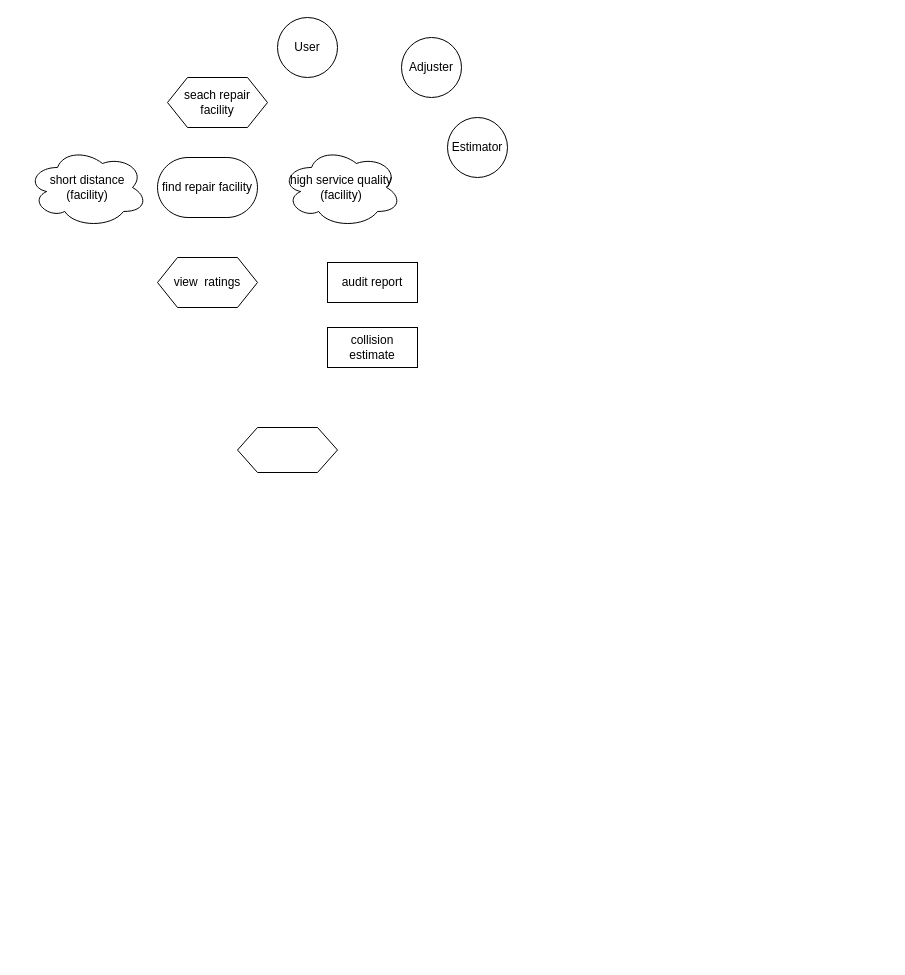
Above: Untitled Diagram.drawio in MyuLi/my (draw.io), before the change. Source tidied: cells renumbered, new cells numbered last; positions are measured from the earlier drawing's top-left corner, leaving out a move shared by most shapes. Both pictures are drawn from the tidied source at 100%, with x=0, y=0 at pixel (27, 17).
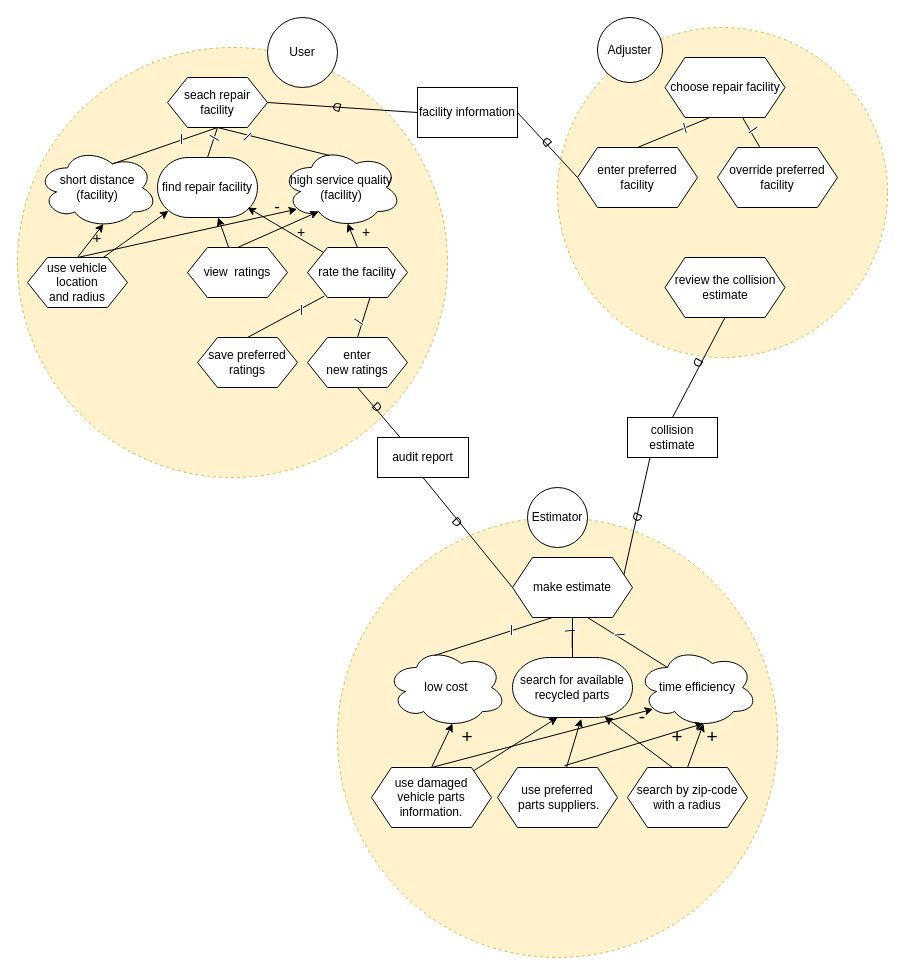
Above is the later version.

Unchanged cells that the change refers to:
```xml
<mxCell id="5" value="find repair facility" style="strokeWidth=1;html=1;shape=mxgraph.flowchart.terminator;whiteSpace=wrap;" parent="1" vertex="1">
  <mxGeometry x="130" y="140" width="100" height="60" as="geometry" />
</mxCell>
<mxCell id="7" value="&lt;span&gt;seach repair facility&lt;/span&gt;" style="shape=hexagon;perimeter=hexagonPerimeter2;whiteSpace=wrap;html=1;fixedSize=1;strokeWidth=1;" parent="1" vertex="1">
  <mxGeometry x="140" y="60" width="100" height="50" as="geometry" />
</mxCell>
<mxCell id="8" value="high service quality&lt;br&gt;(facility)" style="ellipse;shape=cloud;whiteSpace=wrap;html=1;strokeWidth=1;" parent="1" vertex="1">
  <mxGeometry x="254" y="130" width="120" height="80" as="geometry" />
</mxCell>
```

Diff of the diagram source:
```diff
@@
+    <mxCell id="13" style="ellipse;whiteSpace=wrap;html=1;strokeWidth=1;perimeterSpacing=2;dashed=1;fillColor=#fff2cc;strokeColor=#d6b656;" parent="1" vertex="1">
+      <mxGeometry x="530" y="10" width="330" height="330" as="geometry" />
+    </mxCell>
+    <mxCell id="14" style="ellipse;whiteSpace=wrap;html=1;dashed=1;fontSize=17;strokeWidth=1;fillColor=#fff2cc;strokeColor=#d6b656;" parent="1" vertex="1">
+      <mxGeometry x="310" y="500" width="440" height="440" as="geometry" />
+    </mxCell>
+    <mxCell id="15" style="ellipse;whiteSpace=wrap;html=1;strokeWidth=1;perimeterSpacing=2;dashed=1;fillColor=#fff2cc;strokeColor=#d6b656;" parent="1" vertex="1">
+      <mxGeometry x="-10" y="30" width="430" height="430" as="geometry" />
+    </mxCell>
+    <mxCell id="16" value="D" style="text;html=1;strokeColor=none;fillColor=none;align=center;verticalAlign=middle;whiteSpace=wrap;rounded=0;rotation=45;" parent="1" vertex="1">
+      <mxGeometry x="330" y="380" width="40" height="20" as="geometry" />
+    </mxCell>
     <mxCell id="2" value="User" style="ellipse;whiteSpace=wrap;html=1;" parent="1" vertex="1">
-      <mxGeometry x="250" width="60" height="60" as="geometry" />
+      <mxGeometry x="240" width="70" height="70" as="geometry" />
     </mxCell>
     <mxCell id="3" value="Adjuster" style="ellipse;whiteSpace=wrap;html=1;" parent="1" vertex="1">
-      <mxGeometry x="374" y="20" width="60" height="60" as="geometry" />
+      <mxGeometry x="570" width="65" height="65" as="geometry" />
     </mxCell>
     <mxCell id="4" value="Estimator" style="ellipse;whiteSpace=wrap;html=1;" parent="1" vertex="1">
-      <mxGeometry x="420" y="100" width="60" height="60" as="geometry" />
+      <mxGeometry x="500" y="470" width="60" height="60" as="geometry" />
     </mxCell>
@@
     <mxCell id="6" value="short distance&lt;br&gt;(facility)" style="ellipse;shape=cloud;whiteSpace=wrap;html=1;strokeWidth=1;" parent="1" vertex="1">
-      <mxGeometry y="130" width="120" height="80" as="geometry" />
+      <mxGeometry x="10" y="130.4" width="120" height="80" as="geometry" />
     </mxCell>
@@
     <mxCell id="9" value="view&amp;nbsp; ratings" style="shape=hexagon;perimeter=hexagonPerimeter2;whiteSpace=wrap;html=1;fixedSize=1;strokeWidth=1;" parent="1" vertex="1">
-      <mxGeometry x="130" y="240" width="100" height="50" as="geometry" />
+      <mxGeometry x="160" y="230" width="100" height="50" as="geometry" />
     </mxCell>
     <mxCell id="10" value="audit report" style="rounded=0;whiteSpace=wrap;html=1;strokeWidth=1;" parent="1" vertex="1">
-      <mxGeometry x="300" y="245" width="90" height="40" as="geometry" />
+      <mxGeometry x="350" y="420" width="91" height="40" as="geometry" />
     </mxCell>
     <mxCell id="11" value="collision estimate" style="rounded=0;whiteSpace=wrap;html=1;strokeWidth=1;" parent="1" vertex="1">
-      <mxGeometry x="300" y="310" width="90" height="40" as="geometry" />
+      <mxGeometry x="600" y="400" width="90" height="40" as="geometry" />
     </mxCell>
-    <mxCell id="12" value="&lt;span style=&quot;font-family: monospace ; font-size: 0px&quot;&gt;ghghghgh&lt;/span&gt;" style="shape=hexagon;perimeter=hexagonPerimeter2;whiteSpace=wrap;html=1;fixedSize=1;strokeWidth=1;" parent="1" vertex="1">
-      <mxGeometry x="210" y="410" width="100" height="45" as="geometry" />
-    </mxCell>
+    <mxCell id="17" value="save preferred&lt;br&gt;ratings" style="shape=hexagon;perimeter=hexagonPerimeter2;whiteSpace=wrap;html=1;fixedSize=1;strokeWidth=1;" parent="1" vertex="1">
+      <mxGeometry x="170" y="320" width="100" height="50" as="geometry" />
+    </mxCell>
+    <mxCell id="18" value="&lt;span style=&quot;text-align: left&quot;&gt;enter&lt;br&gt;new ratings&lt;/span&gt;" style="shape=hexagon;perimeter=hexagonPerimeter2;whiteSpace=wrap;html=1;fixedSize=1;strokeWidth=1;" parent="1" vertex="1">
+      <mxGeometry x="280" y="320" width="100" height="50" as="geometry" />
+    </mxCell>
+    <mxCell id="19" style="endArrow=none;html=1;entryX=0.25;entryY=0;entryDx=0;entryDy=0;exitX=0.5;exitY=1;exitDx=0;exitDy=0;" parent="1" edge="1" source="18" target="10">
+      <mxGeometry relative="1" as="geometry" />
+    </mxCell>
+    <mxCell id="20" value="search for available recycled parts" style="strokeWidth=1;html=1;shape=mxgraph.flowchart.terminator;whiteSpace=wrap;" parent="1" vertex="1">
+      <mxGeometry x="485" y="640" width="120" height="60" as="geometry" />
+    </mxCell>
+    <mxCell id="21" value="make estimate" style="shape=hexagon;perimeter=hexagonPerimeter2;whiteSpace=wrap;html=1;fixedSize=1;strokeWidth=1;" parent="1" vertex="1">
+      <mxGeometry x="485" y="540" width="120" height="60" as="geometry" />
+    </mxCell>
+    <mxCell id="22" value="choose repair facility" style="shape=hexagon;perimeter=hexagonPerimeter2;whiteSpace=wrap;html=1;fixedSize=1;strokeWidth=1;" parent="1" vertex="1">
+      <mxGeometry x="637.5" y="40" width="120" height="60" as="geometry" />
+    </mxCell>
+    <mxCell id="23" value="enter&amp;nbsp;preferred &lt;br&gt;facility" style="shape=hexagon;perimeter=hexagonPerimeter2;whiteSpace=wrap;html=1;fixedSize=1;strokeWidth=1;" parent="1" vertex="1">
+      <mxGeometry x="550" y="130" width="120" height="60" as="geometry" />
+    </mxCell>
+    <mxCell id="24" value="override preferred facility" style="shape=hexagon;perimeter=hexagonPerimeter2;whiteSpace=wrap;html=1;fixedSize=1;strokeWidth=1;" parent="1" vertex="1">
+      <mxGeometry x="690" y="130" width="120" height="60" as="geometry" />
+    </mxCell>
+    <mxCell id="25" value="facility information" style="rounded=0;whiteSpace=wrap;html=1;strokeWidth=1;" parent="1" vertex="1">
+      <mxGeometry x="390" y="70" width="100" height="50" as="geometry" />
+    </mxCell>
+    <mxCell id="26" style="endArrow=none;html=1;exitX=1;exitY=0.5;exitDx=0;exitDy=0;entryX=0;entryY=0.5;entryDx=0;entryDy=0;" parent="1" edge="1" source="7" target="25">
+      <mxGeometry relative="1" as="geometry" />
+    </mxCell>
+    <mxCell id="27" style="endArrow=none;html=1;exitX=1;exitY=0.5;exitDx=0;exitDy=0;entryX=0;entryY=0.5;entryDx=0;entryDy=0;" parent="1" edge="1" source="25" target="23">
+      <mxGeometry relative="1" as="geometry" />
+    </mxCell>
+    <mxCell id="28" value="low cost" style="ellipse;shape=cloud;whiteSpace=wrap;html=1;strokeWidth=1;" parent="1" vertex="1">
+      <mxGeometry x="359" y="630" width="120" height="80" as="geometry" />
+    </mxCell>
+    <mxCell id="29" style="endArrow=none;html=1;exitX=0.5;exitY=0;exitDx=0;exitDy=0;exitPerimeter=0;entryX=0.5;entryY=1;entryDx=0;entryDy=0;" parent="1" edge="1" source="5" target="7">
+      <mxGeometry relative="1" as="geometry" />
+    </mxCell>
+    <mxCell id="30" style="endArrow=none;html=1;exitX=0.4;exitY=0.1;exitDx=0;exitDy=0;exitPerimeter=0;entryX=0.5;entryY=1;entryDx=0;entryDy=0;" parent="1" edge="1" source="8" target="7">
+      <mxGeometry relative="1" as="geometry" />
+    </mxCell>
+    <mxCell id="31" style="endArrow=none;html=1;exitX=0.625;exitY=0.2;exitDx=0;exitDy=0;exitPerimeter=0;" parent="1" edge="1" source="6">
+      <mxGeometry relative="1" as="geometry">
+        <mxPoint x="190" y="110" as="targetPoint" />
+      </mxGeometry>
+    </mxCell>
+    <mxCell id="32" value="|" style="edgeLabel;html=1;align=center;verticalAlign=middle;" parent="31" vertex="1">
+      <mxGeometry x="0.14" relative="1" as="geometry">
+        <mxPoint x="9" y="-5" as="offset" />
+      </mxGeometry>
+    </mxCell>
+    <mxCell id="33" value="|" style="edgeLabel;html=1;align=center;verticalAlign=middle;rotation=-60;" parent="1" vertex="1">
+      <mxGeometry x="160" y="135" as="geometry">
+        <mxPoint x="24.7" y="14.8" as="offset" />
+      </mxGeometry>
+    </mxCell>
+    <mxCell id="34" value="|" style="edgeLabel;html=1;align=center;verticalAlign=middle;rotation=45;" parent="1" vertex="1">
+      <mxGeometry x="159.7" y="130.4" as="geometry">
+        <mxPoint x="33.9" y="-52.3" as="offset" />
+      </mxGeometry>
+    </mxCell>
+    <mxCell id="35" style="endArrow=classic;html=1;exitX=0.5;exitY=0;exitDx=0;exitDy=0;entryX=0.31;entryY=0.8;entryDx=0;entryDy=0;entryPerimeter=0;" parent="1" edge="1" source="9" target="8">
+      <mxGeometry relative="1" as="geometry" />
+    </mxCell>
+    <mxCell id="36" value="&lt;div&gt;use vehicle location&lt;/div&gt;&lt;div&gt;and radius&lt;/div&gt;" style="shape=hexagon;perimeter=hexagonPerimeter2;whiteSpace=wrap;html=1;fixedSize=1;strokeWidth=1;" parent="1" vertex="1">
+      <mxGeometry y="240" width="100" height="50" as="geometry" />
+    </mxCell>
+    <mxCell id="37" style="endArrow=classic;html=1;exitX=0.5;exitY=0;exitDx=0;exitDy=0;entryX=0.55;entryY=0.95;entryDx=0;entryDy=0;entryPerimeter=0;" parent="1" edge="1" source="36" target="6">
+      <mxGeometry relative="1" as="geometry" />
+    </mxCell>
+    <mxCell id="38" style="endArrow=none;html=1;exitX=0.5;exitY=0;exitDx=0;exitDy=0;entryX=0.168;entryY=0.973;entryDx=0;entryDy=0;entryPerimeter=0;" parent="1" edge="1" source="17" target="42">
+      <mxGeometry relative="1" as="geometry" />
+    </mxCell>
+    <mxCell id="39" value="|" style="edgeLabel;html=1;align=center;verticalAlign=middle;" parent="38" vertex="1">
+      <mxGeometry x="0.14" relative="1" as="geometry">
+        <mxPoint x="9" y="-5" as="offset" />
+      </mxGeometry>
+    </mxCell>
+    <mxCell id="40" style="endArrow=none;html=1;exitX=0.5;exitY=0;exitDx=0;exitDy=0;entryX=0.625;entryY=1;entryDx=0;entryDy=0;" parent="1" edge="1" source="18" target="42">
+      <mxGeometry relative="1" as="geometry" />
+    </mxCell>
+    <mxCell id="41" value="|" style="edgeLabel;html=1;align=center;verticalAlign=middle;rotation=125;" parent="40" vertex="1">
+      <mxGeometry x="0.14" relative="1" as="geometry">
+        <mxPoint x="-4" y="8" as="offset" />
+      </mxGeometry>
+    </mxCell>
+    <mxCell id="42" value="&lt;span style=&quot;text-align: left&quot;&gt;rate the facility&lt;/span&gt;" style="shape=hexagon;perimeter=hexagonPerimeter2;whiteSpace=wrap;html=1;fixedSize=1;strokeWidth=1;" parent="1" vertex="1">
+      <mxGeometry x="280" y="230" width="100" height="50" as="geometry" />
+    </mxCell>
+    <mxCell id="43" style="endArrow=classic;html=1;exitX=0.5;exitY=0;exitDx=0;exitDy=0;entryX=0.55;entryY=0.95;entryDx=0;entryDy=0;entryPerimeter=0;" parent="1" edge="1" source="42" target="8">
+      <mxGeometry relative="1" as="geometry" />
+    </mxCell>
+    <mxCell id="44" value="+" style="text;html=1;strokeColor=none;fillColor=none;align=center;verticalAlign=middle;whiteSpace=wrap;rounded=0;dashed=1;fontSize=14;" parent="1" vertex="1">
+      <mxGeometry x="254" y="205" width="40" height="20" as="geometry" />
+    </mxCell>
+    <mxCell id="45" value="+" style="text;html=1;strokeColor=none;fillColor=none;align=center;verticalAlign=middle;whiteSpace=wrap;rounded=0;dashed=1;fontSize=15;" parent="1" vertex="1">
+      <mxGeometry x="50" y="210" width="40" height="20" as="geometry" />
+    </mxCell>
+    <mxCell id="46" value="+" style="text;html=1;strokeColor=none;fillColor=none;align=center;verticalAlign=middle;whiteSpace=wrap;rounded=0;dashed=1;fontSize=14;" parent="1" vertex="1">
+      <mxGeometry x="319" y="205" width="40" height="20" as="geometry" />
+    </mxCell>
+    <mxCell id="47" style="endArrow=classic;html=1;exitX=0.5;exitY=0;exitDx=0;exitDy=0;entryX=0.13;entryY=0.77;entryDx=0;entryDy=0;entryPerimeter=0;" parent="1" edge="1" source="36" target="8">
+      <mxGeometry relative="1" as="geometry" />
+    </mxCell>
+    <mxCell id="48" value="-" style="text;html=1;strokeColor=none;fillColor=none;align=center;verticalAlign=middle;whiteSpace=wrap;rounded=0;dashed=1;fontSize=17;" parent="1" vertex="1">
+      <mxGeometry x="230" y="180" width="40" height="20" as="geometry" />
+    </mxCell>
+    <mxCell id="49" value="time efficiency" style="ellipse;shape=cloud;whiteSpace=wrap;html=1;strokeWidth=1;" parent="1" vertex="1">
+      <mxGeometry x="610" y="630" width="120" height="80" as="geometry" />
+    </mxCell>
+    <mxCell id="50" value="search by zip-code with a radius" style="shape=hexagon;perimeter=hexagonPerimeter2;whiteSpace=wrap;html=1;fixedSize=1;strokeWidth=1;" parent="1" vertex="1">
+      <mxGeometry x="600" y="750" width="120" height="60" as="geometry" />
+    </mxCell>
+    <mxCell id="51" style="endArrow=none;html=1;entryX=0;entryY=0.5;entryDx=0;entryDy=0;exitX=0.5;exitY=1;exitDx=0;exitDy=0;" parent="1" edge="1" source="10" target="21">
+      <mxGeometry relative="1" as="geometry" />
+    </mxCell>
+    <mxCell id="52" value="D" style="text;html=1;strokeColor=none;fillColor=none;align=center;verticalAlign=middle;whiteSpace=wrap;rounded=0;rotation=45;" parent="1" vertex="1">
+      <mxGeometry x="410" y="495" width="40" height="20" as="geometry" />
+    </mxCell>
+    <mxCell id="53" style="endArrow=none;html=1;exitX=0.4;exitY=0.1;exitDx=0;exitDy=0;exitPerimeter=0;" parent="1" edge="1" source="28">
+      <mxGeometry relative="1" as="geometry">
+        <mxPoint x="525" y="600" as="targetPoint" />
+      </mxGeometry>
+    </mxCell>
+    <mxCell id="54" value="|" style="edgeLabel;html=1;align=center;verticalAlign=middle;" parent="53" vertex="1">
+      <mxGeometry x="0.14" relative="1" as="geometry">
+        <mxPoint x="9" y="-5" as="offset" />
+      </mxGeometry>
+    </mxCell>
+    <mxCell id="55" style="endArrow=none;html=1;exitX=0.5;exitY=0;exitDx=0;exitDy=0;" parent="1" edge="1" source="20" target="21">
+      <mxGeometry relative="1" as="geometry" />
+    </mxCell>
+    <mxCell id="56" value="|" style="edgeLabel;html=1;align=center;verticalAlign=middle;rotation=85;" parent="55" vertex="1">
+      <mxGeometry x="0.14" relative="1" as="geometry">
+        <mxPoint y="-5" as="offset" />
+      </mxGeometry>
+    </mxCell>
+    <mxCell id="57" style="endArrow=none;html=1;exitX=0.5;exitY=0;exitDx=0;exitDy=0;" parent="1" edge="1">
+      <mxGeometry relative="1" as="geometry">
+        <mxPoint x="544.7" y="630" as="sourcePoint" />
+        <mxPoint x="545" y="600" as="targetPoint" />
+      </mxGeometry>
+    </mxCell>
+    <mxCell id="58" style="endArrow=none;html=1;exitX=0.25;exitY=0.25;exitDx=0;exitDy=0;exitPerimeter=0;entryX=0.625;entryY=1;entryDx=0;entryDy=0;" parent="1" edge="1" source="49" target="21">
+      <mxGeometry relative="1" as="geometry" />
+    </mxCell>
+    <mxCell id="59" value="|" style="edgeLabel;html=1;align=center;verticalAlign=middle;rotation=85;" parent="58" vertex="1">
+      <mxGeometry x="0.14" relative="1" as="geometry">
+        <mxPoint y="-5" as="offset" />
+      </mxGeometry>
+    </mxCell>
+    <mxCell id="60" value="&lt;div&gt;use&amp;nbsp;&lt;span&gt;preferred&lt;/span&gt;&lt;/div&gt;&lt;div&gt;&lt;span&gt;&amp;nbsp;parts suppliers.&lt;/span&gt;&lt;/div&gt;" style="shape=hexagon;perimeter=hexagonPerimeter2;whiteSpace=wrap;html=1;fixedSize=1;strokeWidth=1;" parent="1" vertex="1">
+      <mxGeometry x="470" y="750" width="120" height="60" as="geometry" />
+    </mxCell>
+    <mxCell id="61" value="&lt;div&gt;use damaged&lt;/div&gt;&lt;div&gt;vehicle parts information.&lt;/div&gt;" style="shape=hexagon;perimeter=hexagonPerimeter2;whiteSpace=wrap;html=1;fixedSize=1;strokeWidth=1;" parent="1" vertex="1">
+      <mxGeometry x="344" y="750" width="120" height="60" as="geometry" />
+    </mxCell>
+    <mxCell id="62" style="endArrow=none;html=1;entryX=1;entryY=0.25;entryDx=0;entryDy=0;exitX=0.25;exitY=1;exitDx=0;exitDy=0;" parent="1" edge="1" source="11" target="21">
+      <mxGeometry relative="1" as="geometry" />
+    </mxCell>
+    <mxCell id="63" value="review the collision estimate" style="shape=hexagon;perimeter=hexagonPerimeter2;whiteSpace=wrap;html=1;fixedSize=1;strokeWidth=1;" parent="1" vertex="1">
+      <mxGeometry x="637.5" y="240" width="120" height="60" as="geometry" />
+    </mxCell>
+    <mxCell id="64" value="D" style="text;html=1;strokeColor=none;fillColor=none;align=center;verticalAlign=middle;whiteSpace=wrap;rounded=0;rotation=-165;" parent="1" vertex="1">
+      <mxGeometry x="290" y="80" width="40" height="20" as="geometry" />
+    </mxCell>
+    <mxCell id="65" value="D" style="text;html=1;strokeColor=none;fillColor=none;align=center;verticalAlign=middle;whiteSpace=wrap;rounded=0;rotation=-130;" parent="1" vertex="1">
+      <mxGeometry x="500" y="115" width="40" height="20" as="geometry" />
+    </mxCell>
+    <mxCell id="66" style="endArrow=none;html=1;exitX=0.5;exitY=0;exitDx=0;exitDy=0;entryX=0.375;entryY=1;entryDx=0;entryDy=0;" parent="1" edge="1" source="23" target="22">
+      <mxGeometry relative="1" as="geometry" />
+    </mxCell>
+    <mxCell id="67" style="endArrow=none;html=1;" parent="1" edge="1" source="24" target="22">
+      <mxGeometry relative="1" as="geometry" />
+    </mxCell>
+    <mxCell id="68" value="|" style="edgeLabel;html=1;align=center;verticalAlign=middle;rotation=-15;" parent="67" vertex="1">
+      <mxGeometry x="0.14" relative="1" as="geometry">
+        <mxPoint x="-66" y="-3" as="offset" />
+      </mxGeometry>
+    </mxCell>
+    <mxCell id="69" value="|" style="edgeLabel;html=1;align=center;verticalAlign=middle;rotation=55;" parent="1" vertex="1">
+      <mxGeometry x="729.9" y="119.9" as="geometry">
+        <mxPoint x="-9.1" y="-2.7" as="offset" />
+      </mxGeometry>
+    </mxCell>
+    <mxCell id="70" value="D" style="text;html=1;strokeColor=none;fillColor=none;align=center;verticalAlign=middle;whiteSpace=wrap;rounded=0;rotation=115;" parent="1" vertex="1">
+      <mxGeometry x="590" y="490" width="40" height="20" as="geometry" />
+    </mxCell>
+    <mxCell id="71" style="endArrow=none;html=1;entryX=0.5;entryY=0;entryDx=0;entryDy=0;exitX=0.5;exitY=1;exitDx=0;exitDy=0;" parent="1" edge="1" source="63" target="11">
+      <mxGeometry relative="1" as="geometry" />
+    </mxCell>
+    <mxCell id="72" value="D" style="text;html=1;strokeColor=none;fillColor=none;align=center;verticalAlign=middle;whiteSpace=wrap;rounded=0;rotation=-240;" parent="1" vertex="1">
+      <mxGeometry x="637.5" y="335" width="67" height="20" as="geometry" />
+    </mxCell>
+    <mxCell id="73" style="endArrow=classic;html=1;fontSize=17;entryX=0.767;entryY=0.989;entryDx=0;entryDy=0;entryPerimeter=0;exitX=0.375;exitY=0;exitDx=0;exitDy=0;" parent="1" edge="1" source="50" target="20">
+      <mxGeometry relative="1" as="geometry" />
+    </mxCell>
+    <mxCell id="74" style="endArrow=classic;html=1;fontSize=17;entryX=0.572;entryY=1.022;entryDx=0;entryDy=0;entryPerimeter=0;" parent="1" edge="1" source="60" target="20">
+      <mxGeometry relative="1" as="geometry" />
+    </mxCell>
+    <mxCell id="75" style="endArrow=classic;html=1;fontSize=17;entryX=0.375;entryY=1;entryDx=0;entryDy=0;" parent="1" edge="1" source="61" target="20">
+      <mxGeometry relative="1" as="geometry" />
+    </mxCell>
+    <mxCell id="76" style="endArrow=classic;html=1;entryX=0.55;entryY=0.95;entryDx=0;entryDy=0;entryPerimeter=0;rounded=1;" parent="1" edge="1" target="49">
+      <mxGeometry relative="1" as="geometry">
+        <mxPoint x="660" y="750" as="sourcePoint" />
+      </mxGeometry>
+    </mxCell>
+    <mxCell id="77" value="+" style="text;html=1;strokeColor=none;fillColor=none;align=center;verticalAlign=middle;whiteSpace=wrap;rounded=0;dashed=1;fontSize=19;" parent="1" vertex="1">
+      <mxGeometry x="664.5" y="710" width="40" height="20" as="geometry" />
+    </mxCell>
+    <mxCell id="78" style="endArrow=classic;html=1;entryX=0.55;entryY=0.95;entryDx=0;entryDy=0;entryPerimeter=0;rounded=1;exitX=0.558;exitY=-0.03;exitDx=0;exitDy=0;exitPerimeter=0;" parent="1" edge="1" source="60" target="49">
+      <mxGeometry relative="1" as="geometry" />
+    </mxCell>
+    <mxCell id="79" value="+" style="text;html=1;strokeColor=none;fillColor=none;align=center;verticalAlign=middle;whiteSpace=wrap;rounded=0;dashed=1;fontSize=19;" parent="1" vertex="1">
+      <mxGeometry x="630" y="710" width="40" height="20" as="geometry" />
+    </mxCell>
+    <mxCell id="80" style="endArrow=classic;html=1;rounded=1;exitX=0.5;exitY=0;exitDx=0;exitDy=0;entryX=0.55;entryY=0.95;entryDx=0;entryDy=0;entryPerimeter=0;" parent="1" edge="1" source="61" target="28">
+      <mxGeometry relative="1" as="geometry" />
+    </mxCell>
+    <mxCell id="81" value="+" style="text;html=1;strokeColor=none;fillColor=none;align=center;verticalAlign=middle;whiteSpace=wrap;rounded=0;dashed=1;fontSize=19;" parent="1" vertex="1">
+      <mxGeometry x="420" y="710" width="40" height="20" as="geometry" />
+    </mxCell>
+    <mxCell id="82" style="endArrow=classic;html=1;entryX=0.13;entryY=0.77;entryDx=0;entryDy=0;entryPerimeter=0;rounded=1;exitX=0.5;exitY=0;exitDx=0;exitDy=0;" parent="1" edge="1" source="61" target="49">
+      <mxGeometry relative="1" as="geometry" />
+    </mxCell>
+    <mxCell id="83" value="-" style="text;html=1;strokeColor=none;fillColor=none;align=center;verticalAlign=middle;whiteSpace=wrap;rounded=0;dashed=1;fontSize=19;" parent="1" vertex="1">
+      <mxGeometry x="595" y="690" width="40" height="20" as="geometry" />
+    </mxCell>
+    <mxCell id="84" style="endArrow=classic;html=1;exitX=0.753;exitY=0.005;exitDx=0;exitDy=0;exitPerimeter=0;entryX=0.11;entryY=0.89;entryDx=0;entryDy=0;entryPerimeter=0;" parent="1" edge="1" source="36" target="5">
+      <mxGeometry relative="1" as="geometry" />
+    </mxCell>
+    <mxCell id="85" style="endArrow=classic;html=1;" parent="1" edge="1" source="9" target="5">
+      <mxGeometry relative="1" as="geometry" />
+    </mxCell>
+    <mxCell id="86" style="endArrow=classic;html=1;" parent="1" edge="1" source="42">
+      <mxGeometry relative="1" as="geometry">
+        <mxPoint x="220" y="190" as="targetPoint" />
+      </mxGeometry>
+    </mxCell>
```
